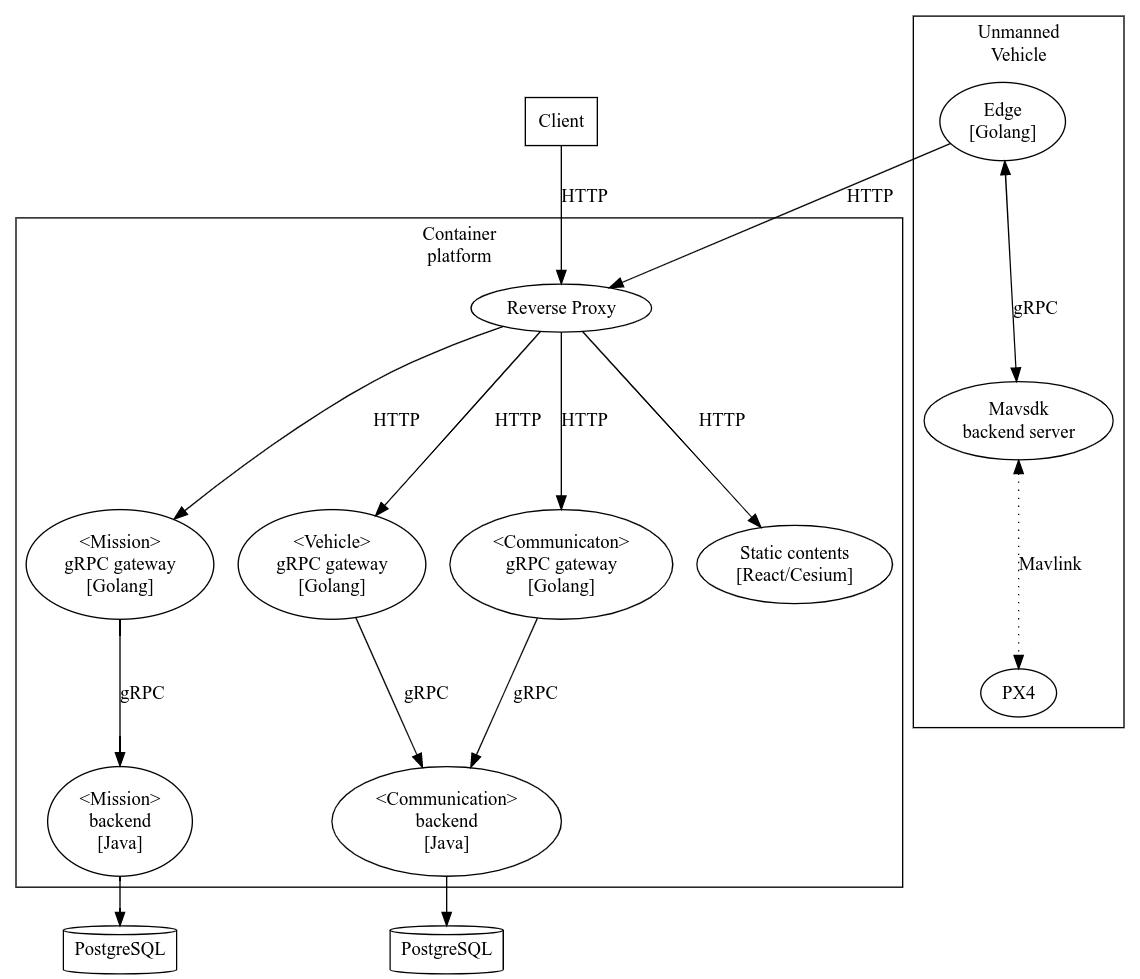
The Graphviz diagram assets/generated/simple_architecture.png in Tomofiles/skysign_cloud_v2, before a commit. Its source is kept beside it as assets/simple_architecture.gv.
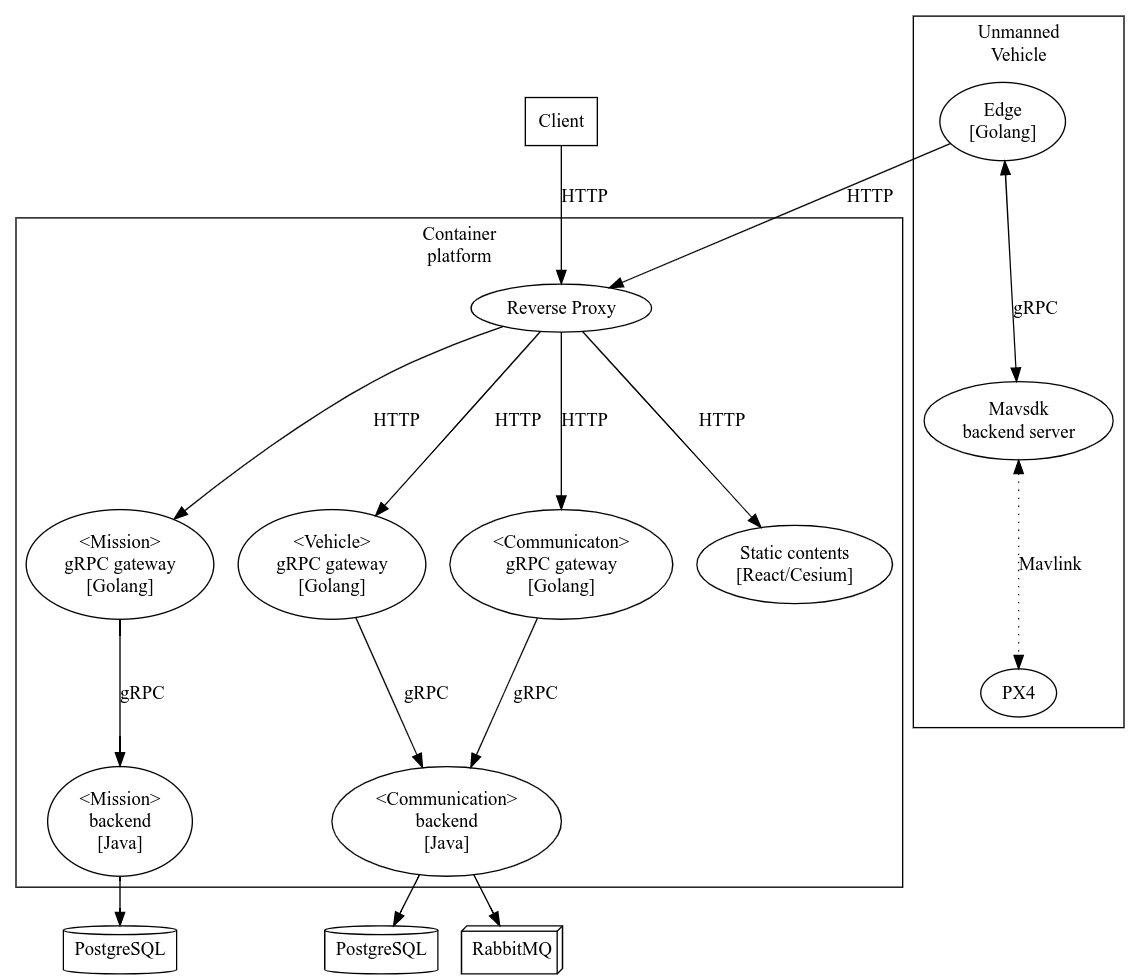
Above is the later version.

Diff of the diagram source:
```diff
@@ -7,6 +7,7 @@
   CommunicationBackend [label="<Communication>\nbackend\n[Java]"];
   PostgreSQL1 [label="PostgreSQL", shape=cylinder];
   PostgreSQL2 [label="PostgreSQL", shape=cylinder];
+  RabbitMQ [label="RabbitMQ", shape=box3d];
   ReverseProxy [label="Reverse Proxy"];
   StaticContents [label="Static contents\n[React/Cesium]"];
   Edge_ [label="Edge\n[Golang]"];
@@ -18,6 +19,8 @@
 
   CommunicationBackend -> PostgreSQL1;
   MissionsBackend -> PostgreSQL2;
+
+  CommunicationBackend -> RabbitMQ;
 
   subgraph cluster_0 {
     label="Container\nplatform";
```
